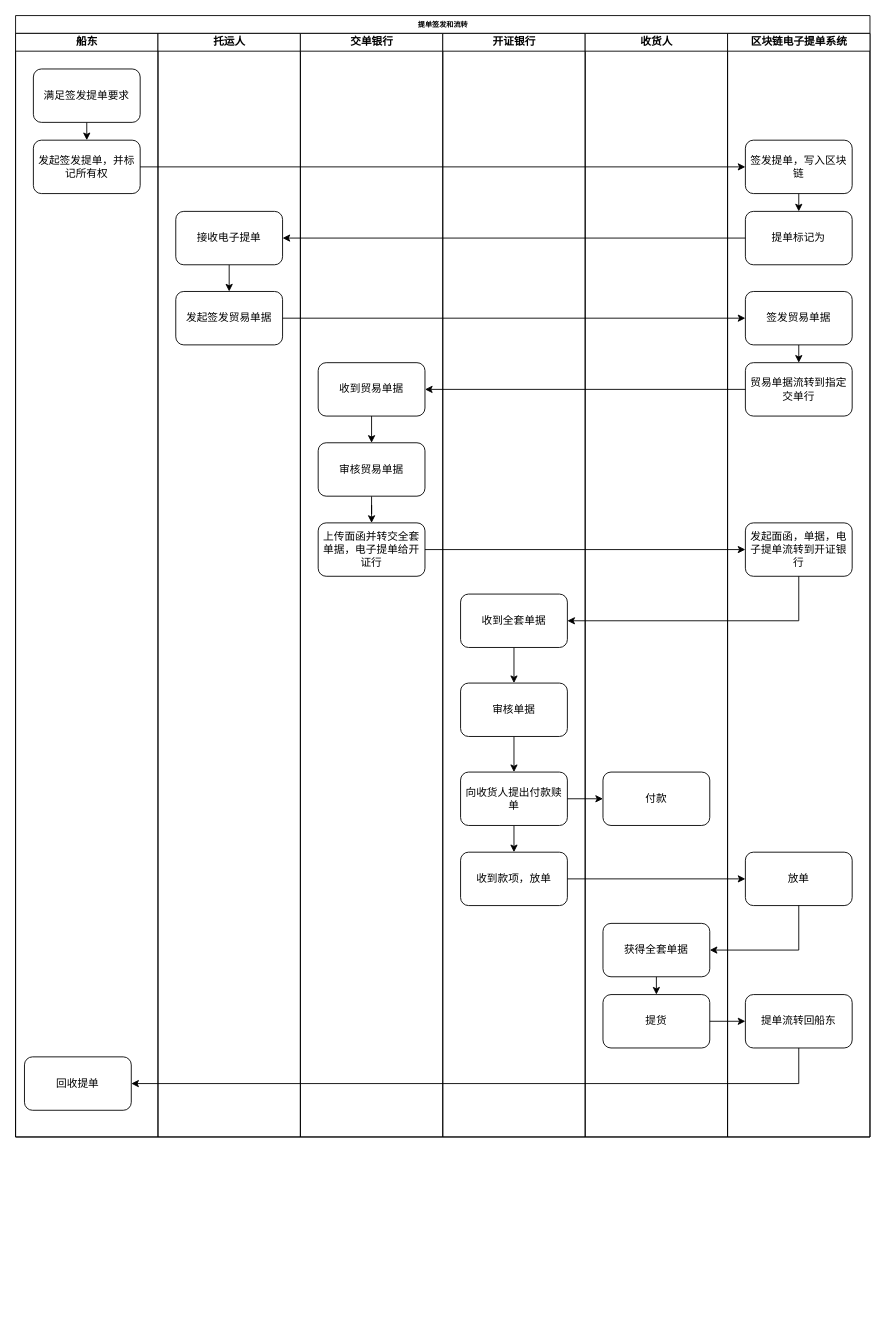
The draw.io diagram 提单流转.drawio in huangdamon/taobao_catch, before the edit. Source tidied: cells renumbered, new cells numbered last; positions are measured from the earlier drawing's top-left corner, leaving out a move shared by most shapes. Both pictures are drawn from the tidied source at 89%, with x=0, y=0 at pixel (15, 15).
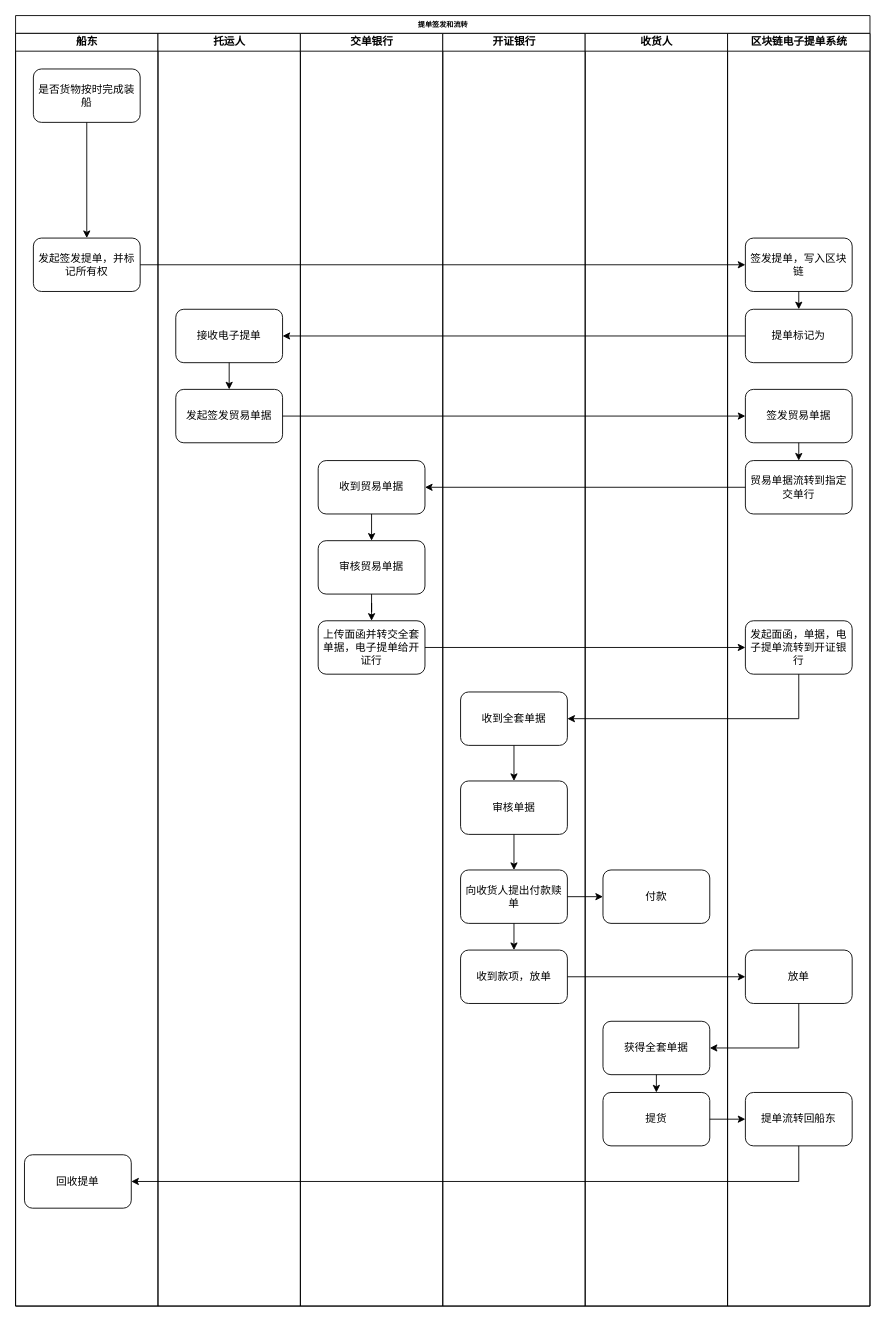
After the change.

Change to the diagram source:
```diff
@@
     <mxCell id="2" value="提单签发和流转" style="swimlane;html=1;startSize=20;rounded=0;shadow=0;labelBackgroundColor=none;strokeWidth=1;fontFamily=Verdana;fontSize=8;align=center;" parent="1" vertex="1">
-      <mxGeometry width="960" height="1260" as="geometry" />
+      <mxGeometry width="960" height="1450" as="geometry" />
     </mxCell>
     <mxCell id="3" value="船东" style="swimlane;html=1;startSize=20;" parent="2" vertex="1">
-      <mxGeometry y="20" width="160" height="1240" as="geometry" />
+      <mxGeometry y="20" width="160" height="1430" as="geometry" />
     </mxCell>
-    <mxCell id="4" style="edgeStyle=orthogonalEdgeStyle;rounded=0;jettySize=auto;html=1;exitX=0.5;exitY=1;exitDx=0;exitDy=0;entryX=0.5;entryY=0;entryDx=0;entryDy=0;" parent="3" edge="1" source="5" target="6">
-      <mxGeometry relative="1" as="geometry" />
-    </mxCell>
-    <mxCell id="5" value="满足签发提单要求" style="rounded=1;whiteSpace=wrap;html=1;" parent="3" vertex="1">
-      <mxGeometry x="20" y="40" width="120" height="60" as="geometry" />
-    </mxCell>
+    <mxCell id="52" value="是否货物按时完成装船" style="rounded=1;whiteSpace=wrap;html=1;" parent="3" vertex="1">
+      <mxGeometry x="20" y="40" width="120" height="60" as="geometry" />
+    </mxCell>
+    <mxCell id="8" value="托运人" style="swimlane;html=1;startSize=20;" parent="2" vertex="1">
+      <mxGeometry x="160" y="20" width="160" height="1430" as="geometry" />
+    </mxCell>
+    <mxCell id="12" value="交单银行" style="swimlane;html=1;startSize=20;" parent="2" vertex="1">
+      <mxGeometry x="320" y="20" width="160" height="1430" as="geometry" />
+    </mxCell>
+    <mxCell id="18" value="开证银行" style="swimlane;html=1;startSize=20;" parent="2" vertex="1">
+      <mxGeometry x="480" y="20" width="160" height="1430" as="geometry" />
+    </mxCell>
+    <mxCell id="26" value="收货人" style="swimlane;html=1;startSize=20;" parent="2" vertex="1">
+      <mxGeometry x="640" y="20" width="160" height="1430" as="geometry" />
+    </mxCell>
+    <mxCell id="31" value="区块链电子提单系统" style="swimlane;html=1;startSize=20;" parent="2" vertex="1">
+      <mxGeometry x="800" y="20" width="160" height="1430" as="geometry" />
+    </mxCell>
-    <mxCell id="6" value="发起签发提单，并标记所有权" style="rounded=1;whiteSpace=wrap;html=1;" parent="3" vertex="1">
-      <mxGeometry x="20" y="120" width="120" height="60" as="geometry" />
+    <mxCell id="6" value="发起签发提单，并标记所有权" style="rounded=1;whiteSpace=wrap;html=1;" parent="31" vertex="1">
+      <mxGeometry x="-780" y="230" width="120" height="60" as="geometry" />
     </mxCell>
-    <mxCell id="7" value="回收提单" style="rounded=1;whiteSpace=wrap;html=1;" parent="3" vertex="1">
-      <mxGeometry x="10" y="1150" width="120" height="60" as="geometry" />
+    <mxCell id="7" value="回收提单" style="rounded=1;whiteSpace=wrap;html=1;" parent="31" vertex="1">
+      <mxGeometry x="-790" y="1260" width="120" height="60" as="geometry" />
     </mxCell>
-    <mxCell id="8" value="托运人" style="swimlane;html=1;startSize=20;" parent="2" vertex="1">
-      <mxGeometry x="160" y="20" width="160" height="1240" as="geometry" />
-    </mxCell>
-    <mxCell id="9" style="edgeStyle=orthogonalEdgeStyle;rounded=0;jettySize=auto;html=1;exitX=0.5;exitY=1;exitDx=0;exitDy=0;entryX=0.5;entryY=0;entryDx=0;entryDy=0;" parent="8" edge="1" source="10" target="11">
-      <mxGeometry relative="1" as="geometry" />
-    </mxCell>
-    <mxCell id="10" value="接收电子提单" style="rounded=1;whiteSpace=wrap;html=1;" parent="8" vertex="1">
-      <mxGeometry x="20" y="200" width="120" height="60" as="geometry" />
+    <mxCell id="10" value="接收电子提单" style="rounded=1;whiteSpace=wrap;html=1;" parent="31" vertex="1">
+      <mxGeometry x="-620" y="310" width="120" height="60" as="geometry" />
     </mxCell>
-    <mxCell id="11" value="发起签发贸易单据" style="rounded=1;whiteSpace=wrap;html=1;" parent="8" vertex="1">
-      <mxGeometry x="20" y="290" width="120" height="60" as="geometry" />
+    <mxCell id="11" value="发起签发贸易单据" style="rounded=1;whiteSpace=wrap;html=1;" parent="31" vertex="1">
+      <mxGeometry x="-620" y="400" width="120" height="60" as="geometry" />
     </mxCell>
-    <mxCell id="12" value="交单银行" style="swimlane;html=1;startSize=20;" parent="2" vertex="1">
-      <mxGeometry x="320" y="20" width="160" height="1240" as="geometry" />
-    </mxCell>
+    <mxCell id="9" style="edgeStyle=orthogonalEdgeStyle;rounded=0;jettySize=auto;html=1;exitX=0.5;exitY=1;exitDx=0;exitDy=0;entryX=0.5;entryY=0;entryDx=0;entryDy=0;" parent="31" edge="1" source="10" target="11">
+      <mxGeometry relative="1" as="geometry" />
+    </mxCell>
+    <mxCell id="14" value="收到贸易单据" style="rounded=1;whiteSpace=wrap;html=1;" parent="31" vertex="1">
+      <mxGeometry x="-460" y="480" width="120" height="60" as="geometry" />
+    </mxCell>
+    <mxCell id="16" value="审核贸易单据" style="rounded=1;whiteSpace=wrap;html=1;" parent="31" vertex="1">
+      <mxGeometry x="-460" y="570" width="120" height="60" as="geometry" />
+    </mxCell>
-    <mxCell id="13" style="edgeStyle=orthogonalEdgeStyle;rounded=0;jettySize=auto;html=1;exitX=0.5;exitY=1;exitDx=0;exitDy=0;entryX=0.5;entryY=0;entryDx=0;entryDy=0;" parent="12" edge="1" source="14" target="16">
+    <mxCell id="13" style="edgeStyle=orthogonalEdgeStyle;rounded=0;jettySize=auto;html=1;exitX=0.5;exitY=1;exitDx=0;exitDy=0;entryX=0.5;entryY=0;entryDx=0;entryDy=0;" parent="31" edge="1" source="14" target="16">
       <mxGeometry relative="1" as="geometry" />
     </mxCell>
-    <mxCell id="14" value="收到贸易单据" style="rounded=1;whiteSpace=wrap;html=1;" parent="12" vertex="1">
-      <mxGeometry x="20" y="370" width="120" height="60" as="geometry" />
-    </mxCell>
+    <mxCell id="17" value="上传面函并转交全套单据，电子提单给开证行" style="rounded=1;whiteSpace=wrap;html=1;" parent="31" vertex="1">
+      <mxGeometry x="-460" y="660" width="120" height="60" as="geometry" />
+    </mxCell>
-    <mxCell id="15" style="edgeStyle=orthogonalEdgeStyle;rounded=0;jettySize=auto;html=1;exitX=0.5;exitY=1;exitDx=0;exitDy=0;" parent="12" edge="1" source="16" target="17">
+    <mxCell id="15" style="edgeStyle=orthogonalEdgeStyle;rounded=0;jettySize=auto;html=1;exitX=0.5;exitY=1;exitDx=0;exitDy=0;" parent="31" edge="1" source="16" target="17">
       <mxGeometry relative="1" as="geometry" />
     </mxCell>
-    <mxCell id="16" value="审核贸易单据" style="rounded=1;whiteSpace=wrap;html=1;" parent="12" vertex="1">
-      <mxGeometry x="20" y="460" width="120" height="60" as="geometry" />
-    </mxCell>
-    <mxCell id="17" value="上传面函并转交全套单据，电子提单给开证行" style="rounded=1;whiteSpace=wrap;html=1;" parent="12" vertex="1">
-      <mxGeometry x="20" y="550" width="120" height="60" as="geometry" />
-    </mxCell>
-    <mxCell id="18" value="开证银行" style="swimlane;html=1;startSize=20;" parent="2" vertex="1">
-      <mxGeometry x="480" y="20" width="160" height="1240" as="geometry" />
-    </mxCell>
+    <mxCell id="20" value="收到全套单据" style="rounded=1;whiteSpace=wrap;html=1;" parent="31" vertex="1">
+      <mxGeometry x="-300" y="740" width="120" height="60" as="geometry" />
+    </mxCell>
+    <mxCell id="22" value="审核单据" style="rounded=1;whiteSpace=wrap;html=1;" parent="31" vertex="1">
+      <mxGeometry x="-300" y="840" width="120" height="60" as="geometry" />
+    </mxCell>
-    <mxCell id="19" style="edgeStyle=orthogonalEdgeStyle;rounded=0;jettySize=auto;html=1;exitX=0.5;exitY=1;exitDx=0;exitDy=0;entryX=0.5;entryY=0;entryDx=0;entryDy=0;" parent="18" edge="1" source="20" target="22">
+    <mxCell id="19" style="edgeStyle=orthogonalEdgeStyle;rounded=0;jettySize=auto;html=1;exitX=0.5;exitY=1;exitDx=0;exitDy=0;entryX=0.5;entryY=0;entryDx=0;entryDy=0;" parent="31" edge="1" source="20" target="22">
       <mxGeometry relative="1" as="geometry" />
     </mxCell>
-    <mxCell id="20" value="收到全套单据" style="rounded=1;whiteSpace=wrap;html=1;" parent="18" vertex="1">
-      <mxGeometry x="20" y="630" width="120" height="60" as="geometry" />
-    </mxCell>
+    <mxCell id="24" value="向收货人提出付款赎单" style="rounded=1;whiteSpace=wrap;html=1;" parent="31" vertex="1">
+      <mxGeometry x="-300" y="940" width="120" height="60" as="geometry" />
+    </mxCell>
-    <mxCell id="21" style="edgeStyle=orthogonalEdgeStyle;rounded=0;jettySize=auto;html=1;exitX=0.5;exitY=1;exitDx=0;exitDy=0;entryX=0.5;entryY=0;entryDx=0;entryDy=0;" parent="18" edge="1" source="22" target="24">
+    <mxCell id="21" style="edgeStyle=orthogonalEdgeStyle;rounded=0;jettySize=auto;html=1;exitX=0.5;exitY=1;exitDx=0;exitDy=0;entryX=0.5;entryY=0;entryDx=0;entryDy=0;" parent="31" edge="1" source="22" target="24">
       <mxGeometry relative="1" as="geometry" />
     </mxCell>
-    <mxCell id="22" value="审核单据" style="rounded=1;whiteSpace=wrap;html=1;" parent="18" vertex="1">
-      <mxGeometry x="20" y="730" width="120" height="60" as="geometry" />
-    </mxCell>
+    <mxCell id="25" value="收到款项，放单" style="rounded=1;whiteSpace=wrap;html=1;" parent="31" vertex="1">
+      <mxGeometry x="-300" y="1030" width="120" height="60" as="geometry" />
+    </mxCell>
-    <mxCell id="23" style="edgeStyle=orthogonalEdgeStyle;rounded=0;jettySize=auto;html=1;exitX=0.5;exitY=1;exitDx=0;exitDy=0;entryX=0.5;entryY=0;entryDx=0;entryDy=0;" parent="18" edge="1" source="24" target="25">
+    <mxCell id="23" style="edgeStyle=orthogonalEdgeStyle;rounded=0;jettySize=auto;html=1;exitX=0.5;exitY=1;exitDx=0;exitDy=0;entryX=0.5;entryY=0;entryDx=0;entryDy=0;" parent="31" edge="1" source="24" target="25">
       <mxGeometry relative="1" as="geometry" />
     </mxCell>
-    <mxCell id="24" value="向收货人提出付款赎单" style="rounded=1;whiteSpace=wrap;html=1;" parent="18" vertex="1">
-      <mxGeometry x="20" y="830" width="120" height="60" as="geometry" />
-    </mxCell>
-    <mxCell id="25" value="收到款项，放单" style="rounded=1;whiteSpace=wrap;html=1;" parent="18" vertex="1">
-      <mxGeometry x="20" y="920" width="120" height="60" as="geometry" />
-    </mxCell>
-    <mxCell id="26" value="收货人" style="swimlane;html=1;startSize=20;" parent="2" vertex="1">
-      <mxGeometry x="640" y="20" width="160" height="1240" as="geometry" />
-    </mxCell>
-    <mxCell id="27" value="付款" style="rounded=1;whiteSpace=wrap;html=1;" parent="26" vertex="1">
-      <mxGeometry x="20" y="830" width="120" height="60" as="geometry" />
+    <mxCell id="27" value="付款" style="rounded=1;whiteSpace=wrap;html=1;" parent="31" vertex="1">
+      <mxGeometry x="-140" y="940" width="120" height="60" as="geometry" />
     </mxCell>
-    <mxCell id="28" style="edgeStyle=orthogonalEdgeStyle;rounded=0;jettySize=auto;html=1;exitX=0.5;exitY=1;exitDx=0;exitDy=0;entryX=0.5;entryY=0;entryDx=0;entryDy=0;" parent="26" edge="1" source="29" target="30">
-      <mxGeometry relative="1" as="geometry" />
-    </mxCell>
-    <mxCell id="29" value="获得全套单据" style="rounded=1;whiteSpace=wrap;html=1;" parent="26" vertex="1">
-      <mxGeometry x="20" y="1000" width="120" height="60" as="geometry" />
+    <mxCell id="29" value="获得全套单据" style="rounded=1;whiteSpace=wrap;html=1;" parent="31" vertex="1">
+      <mxGeometry x="-140" y="1110" width="120" height="60" as="geometry" />
     </mxCell>
-    <mxCell id="30" value="提货" style="rounded=1;whiteSpace=wrap;html=1;" parent="26" vertex="1">
-      <mxGeometry x="20" y="1080" width="120" height="60" as="geometry" />
+    <mxCell id="30" value="提货" style="rounded=1;whiteSpace=wrap;html=1;" parent="31" vertex="1">
+      <mxGeometry x="-140" y="1190" width="120" height="60" as="geometry" />
     </mxCell>
-    <mxCell id="31" value="区块链电子提单系统" style="swimlane;html=1;startSize=20;" parent="2" vertex="1">
-      <mxGeometry x="800" y="20" width="160" height="1240" as="geometry" />
-    </mxCell>
-    <mxCell id="32" style="edgeStyle=orthogonalEdgeStyle;rounded=0;jettySize=auto;html=1;exitX=0.5;exitY=1;exitDx=0;exitDy=0;entryX=0.5;entryY=0;entryDx=0;entryDy=0;" parent="31" edge="1" source="33" target="34">
-      <mxGeometry relative="1" as="geometry" />
-    </mxCell>
     <mxCell id="33" value="签发提单，写入区块链" style="rounded=1;whiteSpace=wrap;html=1;" parent="31" vertex="1">
-      <mxGeometry x="20" y="120" width="120" height="60" as="geometry" />
+      <mxGeometry x="20" y="230" width="120" height="60" as="geometry" />
     </mxCell>
+    <mxCell id="28" style="edgeStyle=orthogonalEdgeStyle;rounded=0;jettySize=auto;html=1;exitX=0.5;exitY=1;exitDx=0;exitDy=0;entryX=0.5;entryY=0;entryDx=0;entryDy=0;" parent="31" edge="1" source="29" target="30">
+      <mxGeometry relative="1" as="geometry" />
+    </mxCell>
     <mxCell id="34" value="提单标记为" style="rounded=1;whiteSpace=wrap;html=1;" parent="31" vertex="1">
-      <mxGeometry x="20" y="200" width="120" height="60" as="geometry" />
+      <mxGeometry x="20" y="310" width="120" height="60" as="geometry" />
     </mxCell>
-    <mxCell id="35" style="edgeStyle=orthogonalEdgeStyle;rounded=0;jettySize=auto;html=1;exitX=0.5;exitY=1;exitDx=0;exitDy=0;entryX=0.5;entryY=0;entryDx=0;entryDy=0;" parent="31" edge="1" source="36" target="37">
-      <mxGeometry relative="1" as="geometry" />
-    </mxCell>
     <mxCell id="36" value="签发贸易单据" style="rounded=1;whiteSpace=wrap;html=1;" parent="31" vertex="1">
-      <mxGeometry x="20" y="290" width="120" height="60" as="geometry" />
+      <mxGeometry x="20" y="400" width="120" height="60" as="geometry" />
     </mxCell>
     <mxCell id="37" value="贸易单据流转到指定交单行" style="rounded=1;whiteSpace=wrap;html=1;" parent="31" vertex="1">
-      <mxGeometry x="20" y="370" width="120" height="60" as="geometry" />
+      <mxGeometry x="20" y="480" width="120" height="60" as="geometry" />
     </mxCell>
     <mxCell id="38" value="发起面函，单据，电子提单流转到开证银行" style="rounded=1;whiteSpace=wrap;html=1;" parent="31" vertex="1">
-      <mxGeometry x="20" y="550" width="120" height="60" as="geometry" />
+      <mxGeometry x="20" y="660" width="120" height="60" as="geometry" />
     </mxCell>
     <mxCell id="39" value="放单" style="rounded=1;whiteSpace=wrap;html=1;" parent="31" vertex="1">
-      <mxGeometry x="20" y="920" width="120" height="60" as="geometry" />
+      <mxGeometry x="20" y="1030" width="120" height="60" as="geometry" />
     </mxCell>
     <mxCell id="40" value="提单流转回船东" style="rounded=1;whiteSpace=wrap;html=1;" parent="31" vertex="1">
-      <mxGeometry x="20" y="1080" width="120" height="60" as="geometry" />
+      <mxGeometry x="20" y="1190" width="120" height="60" as="geometry" />
     </mxCell>
-    <mxCell id="41" style="edgeStyle=orthogonalEdgeStyle;rounded=0;jettySize=auto;html=1;exitX=1;exitY=0.5;exitDx=0;exitDy=0;entryX=0;entryY=0.5;entryDx=0;entryDy=0;" parent="2" edge="1" source="6" target="33">
+    <mxCell id="41" style="edgeStyle=orthogonalEdgeStyle;rounded=0;jettySize=auto;html=1;exitX=1;exitY=0.5;exitDx=0;exitDy=0;entryX=0;entryY=0.5;entryDx=0;entryDy=0;" parent="31" edge="1" source="6" target="33">
       <mxGeometry relative="1" as="geometry" />
     </mxCell>
+    <mxCell id="32" style="edgeStyle=orthogonalEdgeStyle;rounded=0;jettySize=auto;html=1;exitX=0.5;exitY=1;exitDx=0;exitDy=0;entryX=0.5;entryY=0;entryDx=0;entryDy=0;" parent="31" edge="1" source="33" target="34">
+      <mxGeometry relative="1" as="geometry" />
+    </mxCell>
-    <mxCell id="42" style="edgeStyle=orthogonalEdgeStyle;rounded=0;jettySize=auto;html=1;exitX=0;exitY=0.5;exitDx=0;exitDy=0;entryX=1;entryY=0.5;entryDx=0;entryDy=0;" parent="2" edge="1" source="34" target="10">
+    <mxCell id="42" style="edgeStyle=orthogonalEdgeStyle;rounded=0;jettySize=auto;html=1;exitX=0;exitY=0.5;exitDx=0;exitDy=0;entryX=1;entryY=0.5;entryDx=0;entryDy=0;" parent="31" edge="1" source="34" target="10">
       <mxGeometry relative="1" as="geometry" />
     </mxCell>
-    <mxCell id="43" style="edgeStyle=orthogonalEdgeStyle;rounded=0;jettySize=auto;html=1;exitX=1;exitY=0.5;exitDx=0;exitDy=0;entryX=0;entryY=0.5;entryDx=0;entryDy=0;" parent="2" edge="1" source="11" target="36">
+    <mxCell id="43" style="edgeStyle=orthogonalEdgeStyle;rounded=0;jettySize=auto;html=1;exitX=1;exitY=0.5;exitDx=0;exitDy=0;entryX=0;entryY=0.5;entryDx=0;entryDy=0;" parent="31" edge="1" source="11" target="36">
       <mxGeometry relative="1" as="geometry" />
     </mxCell>
-    <mxCell id="44" style="edgeStyle=orthogonalEdgeStyle;rounded=0;jettySize=auto;html=1;exitX=0;exitY=0.5;exitDx=0;exitDy=0;entryX=1;entryY=0.5;entryDx=0;entryDy=0;" parent="2" edge="1" source="37" target="14">
+    <mxCell id="44" style="edgeStyle=orthogonalEdgeStyle;rounded=0;jettySize=auto;html=1;exitX=0;exitY=0.5;exitDx=0;exitDy=0;entryX=1;entryY=0.5;entryDx=0;entryDy=0;" parent="31" edge="1" source="37" target="14">
       <mxGeometry relative="1" as="geometry" />
     </mxCell>
-    <mxCell id="45" style="edgeStyle=orthogonalEdgeStyle;rounded=0;jettySize=auto;html=1;exitX=1;exitY=0.5;exitDx=0;exitDy=0;" parent="2" edge="1" source="17" target="38">
+    <mxCell id="45" style="edgeStyle=orthogonalEdgeStyle;rounded=0;jettySize=auto;html=1;exitX=1;exitY=0.5;exitDx=0;exitDy=0;" parent="31" edge="1" source="17" target="38">
       <mxGeometry relative="1" as="geometry" />
     </mxCell>
-    <mxCell id="46" style="edgeStyle=orthogonalEdgeStyle;rounded=0;jettySize=auto;html=1;exitX=0.5;exitY=1;exitDx=0;exitDy=0;entryX=1;entryY=0.5;entryDx=0;entryDy=0;" parent="2" edge="1" source="38" target="20">
+    <mxCell id="46" style="edgeStyle=orthogonalEdgeStyle;rounded=0;jettySize=auto;html=1;exitX=0.5;exitY=1;exitDx=0;exitDy=0;entryX=1;entryY=0.5;entryDx=0;entryDy=0;" parent="31" edge="1" source="38" target="20">
       <mxGeometry relative="1" as="geometry" />
     </mxCell>
+    <mxCell id="35" style="edgeStyle=orthogonalEdgeStyle;rounded=0;jettySize=auto;html=1;exitX=0.5;exitY=1;exitDx=0;exitDy=0;entryX=0.5;entryY=0;entryDx=0;entryDy=0;" parent="31" edge="1" source="36" target="37">
+      <mxGeometry relative="1" as="geometry" />
+    </mxCell>
-    <mxCell id="47" style="edgeStyle=orthogonalEdgeStyle;rounded=0;jettySize=auto;html=1;exitX=1;exitY=0.5;exitDx=0;exitDy=0;entryX=0;entryY=0.5;entryDx=0;entryDy=0;" parent="2" edge="1" source="24" target="27">
+    <mxCell id="47" style="edgeStyle=orthogonalEdgeStyle;rounded=0;jettySize=auto;html=1;exitX=1;exitY=0.5;exitDx=0;exitDy=0;entryX=0;entryY=0.5;entryDx=0;entryDy=0;" parent="31" edge="1" source="24" target="27">
       <mxGeometry relative="1" as="geometry" />
     </mxCell>
-    <mxCell id="48" style="edgeStyle=orthogonalEdgeStyle;rounded=0;jettySize=auto;html=1;exitX=1;exitY=0.5;exitDx=0;exitDy=0;entryX=0;entryY=0.5;entryDx=0;entryDy=0;" parent="2" edge="1" source="25" target="39">
+    <mxCell id="48" style="edgeStyle=orthogonalEdgeStyle;rounded=0;jettySize=auto;html=1;exitX=1;exitY=0.5;exitDx=0;exitDy=0;entryX=0;entryY=0.5;entryDx=0;entryDy=0;" parent="31" edge="1" source="25" target="39">
       <mxGeometry relative="1" as="geometry" />
     </mxCell>
-    <mxCell id="49" style="edgeStyle=orthogonalEdgeStyle;rounded=0;jettySize=auto;html=1;exitX=0.5;exitY=1;exitDx=0;exitDy=0;entryX=1;entryY=0.5;entryDx=0;entryDy=0;" parent="2" edge="1" source="39" target="29">
+    <mxCell id="49" style="edgeStyle=orthogonalEdgeStyle;rounded=0;jettySize=auto;html=1;exitX=0.5;exitY=1;exitDx=0;exitDy=0;entryX=1;entryY=0.5;entryDx=0;entryDy=0;" parent="31" edge="1" source="39" target="29">
       <mxGeometry relative="1" as="geometry" />
     </mxCell>
-    <mxCell id="50" style="edgeStyle=orthogonalEdgeStyle;rounded=0;jettySize=auto;html=1;exitX=1;exitY=0.5;exitDx=0;exitDy=0;entryX=0;entryY=0.5;entryDx=0;entryDy=0;" parent="2" edge="1" source="30" target="40">
+    <mxCell id="50" style="edgeStyle=orthogonalEdgeStyle;rounded=0;jettySize=auto;html=1;exitX=1;exitY=0.5;exitDx=0;exitDy=0;entryX=0;entryY=0.5;entryDx=0;entryDy=0;" parent="31" edge="1" source="30" target="40">
       <mxGeometry relative="1" as="geometry" />
     </mxCell>
-    <mxCell id="51" style="edgeStyle=orthogonalEdgeStyle;rounded=0;jettySize=auto;html=1;exitX=0.5;exitY=1;exitDx=0;exitDy=0;entryX=1;entryY=0.5;entryDx=0;entryDy=0;" parent="2" edge="1" source="40" target="7">
+    <mxCell id="51" style="edgeStyle=orthogonalEdgeStyle;rounded=0;jettySize=auto;html=1;exitX=0.5;exitY=1;exitDx=0;exitDy=0;entryX=1;entryY=0.5;entryDx=0;entryDy=0;" parent="31" edge="1" source="40" target="7">
       <mxGeometry relative="1" as="geometry" />
     </mxCell>
+    <mxCell id="53" style="edgeStyle=orthogonalEdgeStyle;rounded=0;jettySize=auto;html=1;exitX=0.5;exitY=1;exitDx=0;exitDy=0;entryX=0.5;entryY=0;entryDx=0;entryDy=0;" parent="2" edge="1" source="52" target="6">
+      <mxGeometry relative="1" as="geometry" />
+    </mxCell>
```
